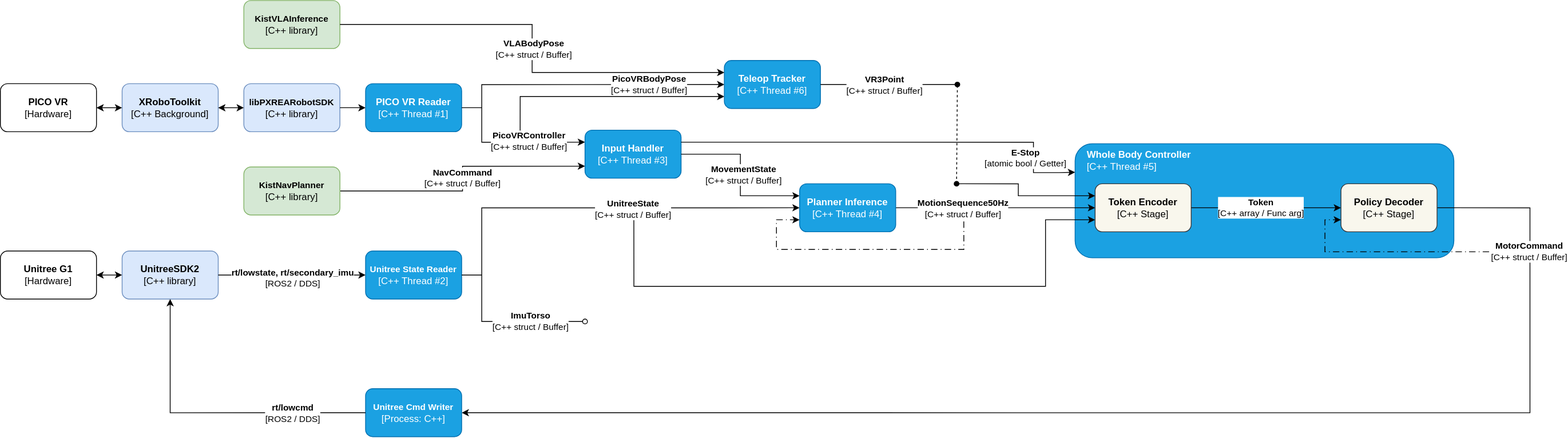
Before: docs/kist-gearsonic-inference.svg, a diagram exported from draw.io (Safety-Node/kist-gearsonic-inference). Source tidied: cells renumbered, new cells last; positions are measured from the earlier drawing's top-left corner, leaving out a move shared by most shapes.
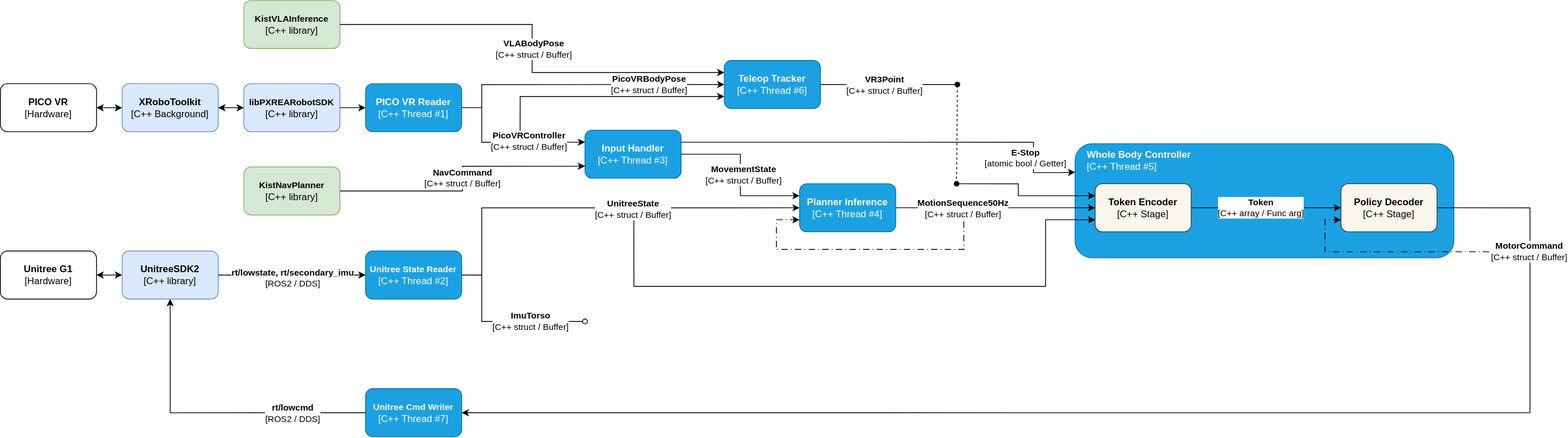
Above is the later version.

The edit, as a diff of the source:
```diff
@@ -165,7 +165,7 @@
     <mxCell id="37" value="&lt;b&gt;Token&lt;/b&gt;&lt;div&gt;[C++ array / Func arg]&lt;/div&gt;" style="edgeLabel;html=1;align=center;verticalAlign=middle;" parent="36" vertex="1">
       <mxGeometry x="-0.08" y="1" relative="1" as="geometry" />
     </mxCell>
-    <mxCell id="38" value="&lt;b&gt;&lt;font style=&quot;font-size: 11px;&quot;&gt;Unitree Cmd Writer&lt;/font&gt;&lt;/b&gt;&lt;br&gt;&lt;div&gt;[Process: C++]&lt;/div&gt;" style="rounded=1;whiteSpace=wrap;html=1;fillColor=#1ba1e2;fontColor=#ffffff;strokeColor=#006EAF;" parent="1" vertex="1">
+    <mxCell id="38" value="&lt;b&gt;&lt;font style=&quot;font-size: 11px;&quot;&gt;Unitree Cmd Writer&lt;/font&gt;&lt;/b&gt;&lt;br&gt;&lt;div&gt;[C++ Thread #7]&lt;/div&gt;" style="rounded=1;whiteSpace=wrap;html=1;fillColor=#1ba1e2;fontColor=#ffffff;strokeColor=#006EAF;" parent="1" vertex="1">
       <mxGeometry x="456" y="485" width="120" height="60" as="geometry" />
     </mxCell>
     <mxCell id="39" style="endArrow=classic;html=1;rounded=0;exitX=0;exitY=0.5;exitDx=0;exitDy=0;entryX=0.5;entryY=1;entryDx=0;entryDy=0;edgeStyle=orthogonalEdgeStyle;" parent="1" edge="1" source="38" target="22">
```
